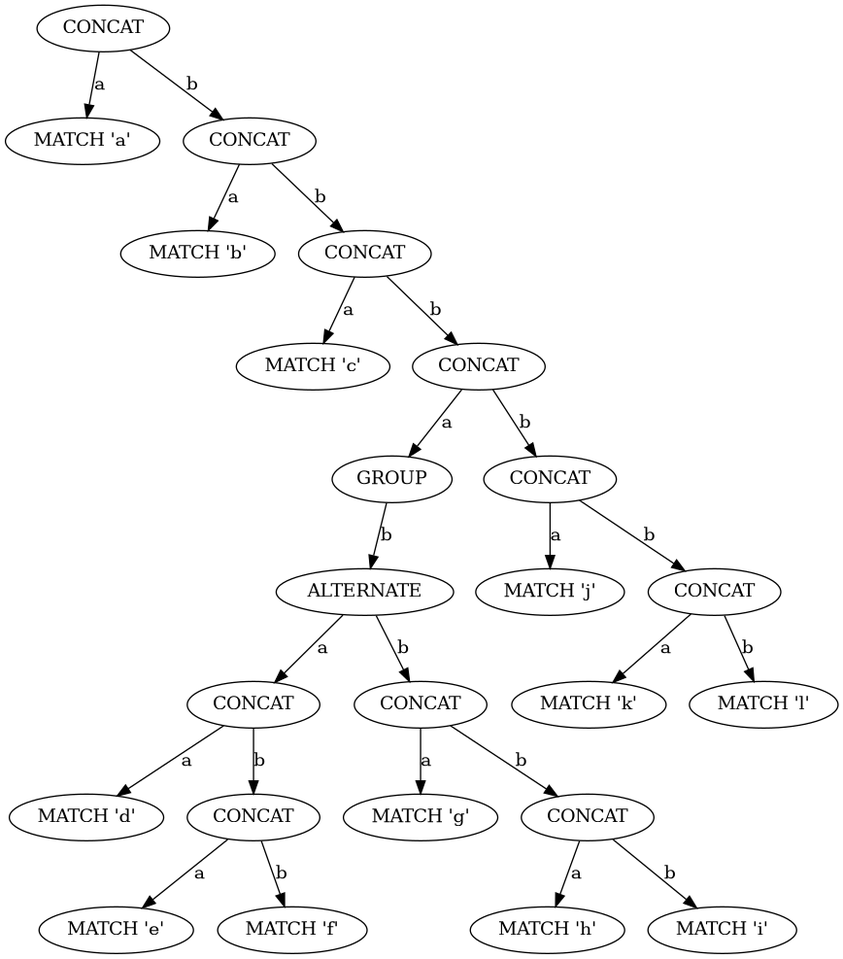
The Graphviz diagram tree.png in essele/rele, before a commit. Its source is kept beside it as tree.dot.
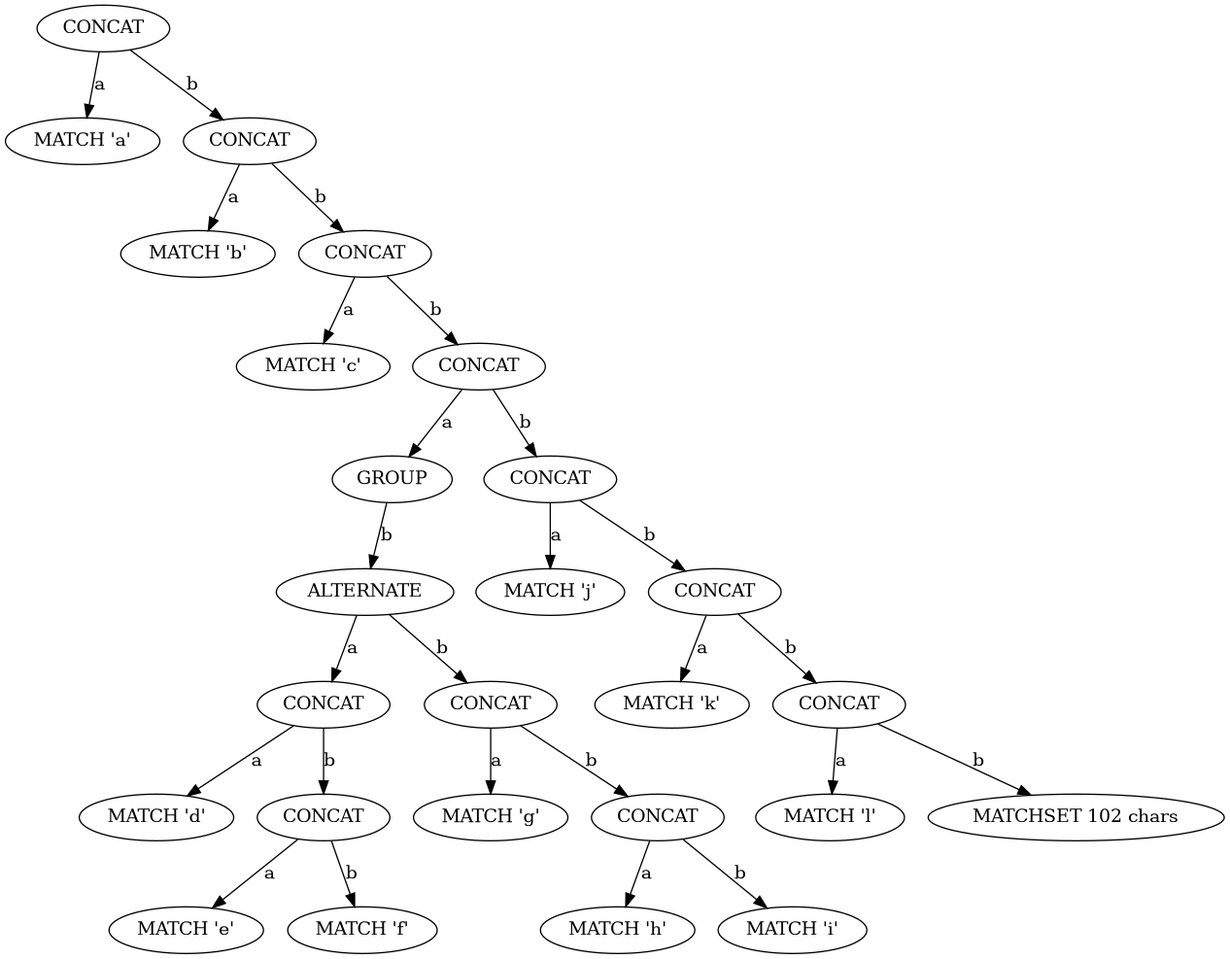
After the commit.

The edit, as a diff of the source:
```diff
@@ -1,49 +1,53 @@
 digraph tree {
-    n0xad43f03bc320 [label="CONCAT"];
-    n0xad43f03bc320 -> n0xad43f03bc2c0 [label="a"];
-    n0xad43f03bc2c0 [label="MATCH 'a'"];
-    n0xad43f03bc320 -> n0xad43f03bc380 [label="b"];
-    n0xad43f03bc380 [label="CONCAT"];
-    n0xad43f03bc380 -> n0xad43f03bc2f0 [label="a"];
-    n0xad43f03bc2f0 [label="MATCH 'b'"];
-    n0xad43f03bc380 -> n0xad43f03bc3e0 [label="b"];
-    n0xad43f03bc3e0 [label="CONCAT"];
-    n0xad43f03bc3e0 -> n0xad43f03bc350 [label="a"];
-    n0xad43f03bc350 [label="MATCH 'c'"];
-    n0xad43f03bc3e0 -> n0xad43f03bc650 [label="b"];
-    n0xad43f03bc650 [label="CONCAT"];
-    n0xad43f03bc650 -> n0xad43f03bc3b0 [label="a"];
-    n0xad43f03bc3b0 [label="GROUP"];
-    n0xad43f03bc3b0 -> n0xad43f03bc500 [label="b"];
-    n0xad43f03bc500 [label="ALTERNATE"];
-    n0xad43f03bc500 -> n0xad43f03bc470 [label="a"];
-    n0xad43f03bc470 [label="CONCAT"];
-    n0xad43f03bc470 -> n0xad43f03bc410 [label="a"];
-    n0xad43f03bc410 [label="MATCH 'd'"];
-    n0xad43f03bc470 -> n0xad43f03bc4d0 [label="b"];
-    n0xad43f03bc4d0 [label="CONCAT"];
-    n0xad43f03bc4d0 -> n0xad43f03bc440 [label="a"];
-    n0xad43f03bc440 [label="MATCH 'e'"];
-    n0xad43f03bc4d0 -> n0xad43f03bc4a0 [label="b"];
-    n0xad43f03bc4a0 [label="MATCH 'f'"];
-    n0xad43f03bc500 -> n0xad43f03bc590 [label="b"];
-    n0xad43f03bc590 [label="CONCAT"];
-    n0xad43f03bc590 -> n0xad43f03bc530 [label="a"];
-    n0xad43f03bc530 [label="MATCH 'g'"];
-    n0xad43f03bc590 -> n0xad43f03bc5f0 [label="b"];
-    n0xad43f03bc5f0 [label="CONCAT"];
-    n0xad43f03bc5f0 -> n0xad43f03bc560 [label="a"];
-    n0xad43f03bc560 [label="MATCH 'h'"];
-    n0xad43f03bc5f0 -> n0xad43f03bc5c0 [label="b"];
-    n0xad43f03bc5c0 [label="MATCH 'i'"];
-    n0xad43f03bc650 -> n0xad43f03bc6b0 [label="b"];
-    n0xad43f03bc6b0 [label="CONCAT"];
-    n0xad43f03bc6b0 -> n0xad43f03bc620 [label="a"];
-    n0xad43f03bc620 [label="MATCH 'j'"];
-    n0xad43f03bc6b0 -> n0xad43f03bc710 [label="b"];
-    n0xad43f03bc710 [label="CONCAT"];
-    n0xad43f03bc710 -> n0xad43f03bc680 [label="a"];
-    n0xad43f03bc680 [label="MATCH 'k'"];
-    n0xad43f03bc710 -> n0xad43f03bc6e0 [label="b"];
-    n0xad43f03bc6e0 [label="MATCH 'l'"];
+    n0xc2388fc66320 [label="CONCAT"];
+    n0xc2388fc66320 -> n0xc2388fc662c0 [label="a"];
+    n0xc2388fc662c0 [label="MATCH 'a'"];
+    n0xc2388fc66320 -> n0xc2388fc66380 [label="b"];
+    n0xc2388fc66380 [label="CONCAT"];
+    n0xc2388fc66380 -> n0xc2388fc662f0 [label="a"];
+    n0xc2388fc662f0 [label="MATCH 'b'"];
+    n0xc2388fc66380 -> n0xc2388fc663e0 [label="b"];
+    n0xc2388fc663e0 [label="CONCAT"];
+    n0xc2388fc663e0 -> n0xc2388fc66350 [label="a"];
+    n0xc2388fc66350 [label="MATCH 'c'"];
+    n0xc2388fc663e0 -> n0xc2388fc66650 [label="b"];
+    n0xc2388fc66650 [label="CONCAT"];
+    n0xc2388fc66650 -> n0xc2388fc663b0 [label="a"];
+    n0xc2388fc663b0 [label="GROUP"];
+    n0xc2388fc663b0 -> n0xc2388fc66500 [label="b"];
+    n0xc2388fc66500 [label="ALTERNATE"];
+    n0xc2388fc66500 -> n0xc2388fc66470 [label="a"];
+    n0xc2388fc66470 [label="CONCAT"];
+    n0xc2388fc66470 -> n0xc2388fc66410 [label="a"];
+    n0xc2388fc66410 [label="MATCH 'd'"];
+    n0xc2388fc66470 -> n0xc2388fc664d0 [label="b"];
+    n0xc2388fc664d0 [label="CONCAT"];
+    n0xc2388fc664d0 -> n0xc2388fc66440 [label="a"];
+    n0xc2388fc66440 [label="MATCH 'e'"];
+    n0xc2388fc664d0 -> n0xc2388fc664a0 [label="b"];
+    n0xc2388fc664a0 [label="MATCH 'f'"];
+    n0xc2388fc66500 -> n0xc2388fc66590 [label="b"];
+    n0xc2388fc66590 [label="CONCAT"];
+    n0xc2388fc66590 -> n0xc2388fc66530 [label="a"];
+    n0xc2388fc66530 [label="MATCH 'g'"];
+    n0xc2388fc66590 -> n0xc2388fc665f0 [label="b"];
+    n0xc2388fc665f0 [label="CONCAT"];
+    n0xc2388fc665f0 -> n0xc2388fc66560 [label="a"];
+    n0xc2388fc66560 [label="MATCH 'h'"];
+    n0xc2388fc665f0 -> n0xc2388fc665c0 [label="b"];
+    n0xc2388fc665c0 [label="MATCH 'i'"];
+    n0xc2388fc66650 -> n0xc2388fc666b0 [label="b"];
+    n0xc2388fc666b0 [label="CONCAT"];
+    n0xc2388fc666b0 -> n0xc2388fc66620 [label="a"];
+    n0xc2388fc66620 [label="MATCH 'j'"];
+    n0xc2388fc666b0 -> n0xc2388fc66710 [label="b"];
+    n0xc2388fc66710 [label="CONCAT"];
+    n0xc2388fc66710 -> n0xc2388fc66680 [label="a"];
+    n0xc2388fc66680 [label="MATCH 'k'"];
+    n0xc2388fc66710 -> n0xc2388fc66770 [label="b"];
+    n0xc2388fc66770 [label="CONCAT"];
+    n0xc2388fc66770 -> n0xc2388fc666e0 [label="a"];
+    n0xc2388fc666e0 [label="MATCH 'l'"];
+    n0xc2388fc66770 -> n0xc2388fc66740 [label="b"];
+    n0xc2388fc66740 [label="MATCHSET 102 chars"];
 }
```
